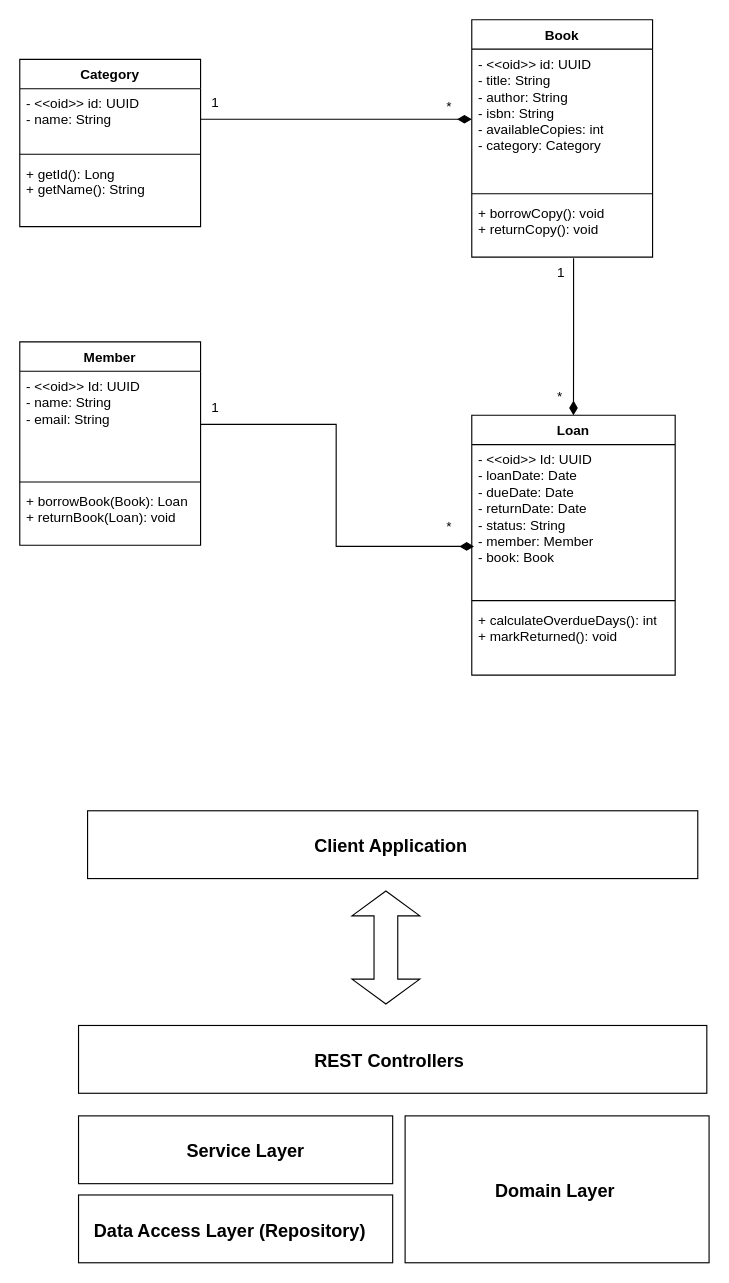
This is biblioteca-api/diagram.drawio from wagnereler/biblioteca-digital, a draw.io file, before an edit. Source tidied: cells renumbered, new cells numbered last; positions are measured from the earlier drawing's top-left corner, leaving out a move shared by most shapes. Both pictures are drawn from the tidied source at 113%, with x=0, y=0 at pixel (19, 19).
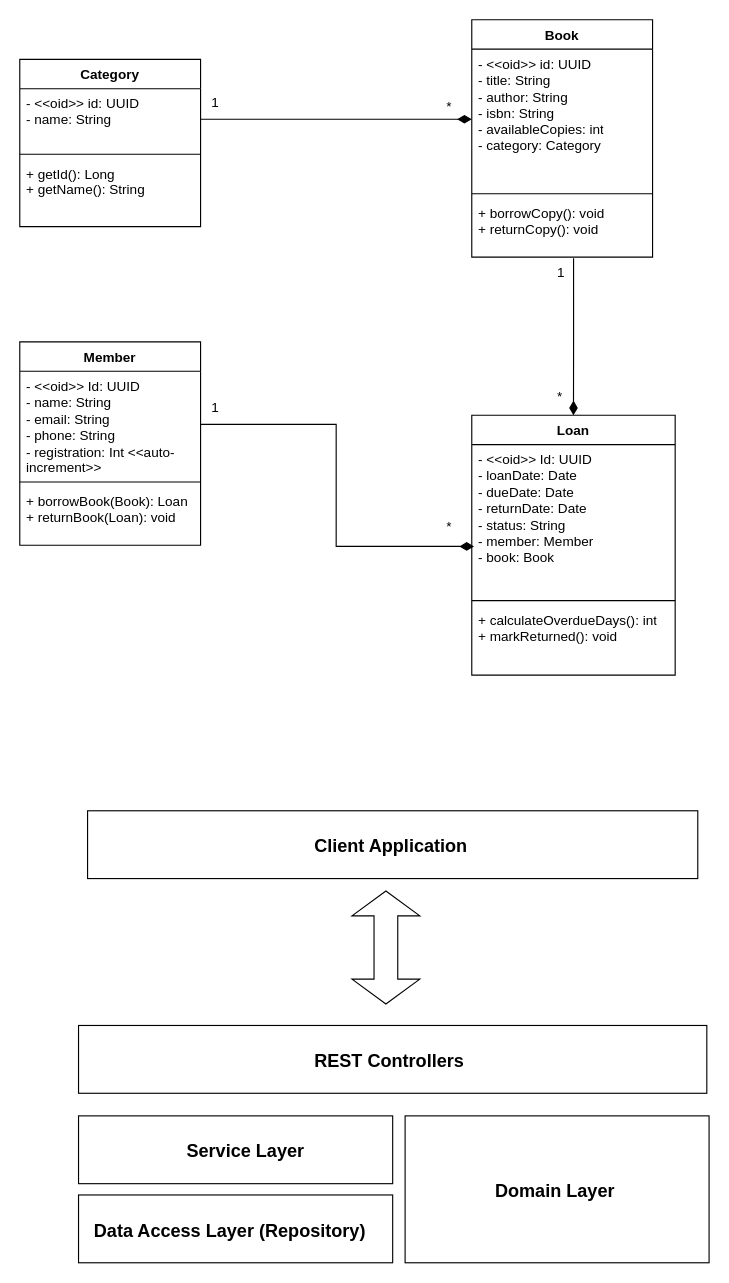
Above is the later version.

Unchanged cells that the change refers to:
```xml
<mxCell id="15" value="Member" style="swimlane;fontStyle=1;align=center;verticalAlign=top;horizontal=1;startSize=26;whiteSpace=wrap;html=1;" parent="1" vertex="1">
  <mxGeometry y="285" width="160" height="180" as="geometry" />
</mxCell>
```

The edit, as a diff of the source:
```diff
@@
-    <mxCell id="16" value="&lt;span style=&quot;text-align: center;&quot;&gt;-&amp;nbsp;&lt;/span&gt;&amp;lt;&amp;lt;oid&amp;gt;&amp;gt;&amp;nbsp;&lt;span style=&quot;text-align: center;&quot;&gt;Id:&amp;nbsp;&lt;/span&gt;UUID&lt;br style=&quot;text-align: center;&quot;&gt;&lt;span style=&quot;text-align: center;&quot;&gt;- name: String&lt;/span&gt;&lt;br style=&quot;text-align: center;&quot;&gt;&lt;span style=&quot;text-align: center;&quot;&gt;- email: String&lt;/span&gt;" style="text;strokeColor=none;fillColor=none;align=left;verticalAlign=top;spacingLeft=4;spacingRight=4;overflow=hidden;points=[[0,0.5],[1,0.5]];portConstraint=eastwest;whiteSpace=wrap;html=1;" parent="15" vertex="1">
+    <mxCell id="16" value="&lt;span style=&quot;text-align: center;&quot;&gt;-&amp;nbsp;&lt;/span&gt;&amp;lt;&amp;lt;oid&amp;gt;&amp;gt;&amp;nbsp;&lt;span style=&quot;text-align: center;&quot;&gt;Id:&amp;nbsp;&lt;/span&gt;UUID&lt;br style=&quot;text-align: center;&quot;&gt;&lt;span style=&quot;text-align: center;&quot;&gt;- name: String&lt;/span&gt;&lt;br style=&quot;text-align: center;&quot;&gt;&lt;span style=&quot;text-align: center;&quot;&gt;- email: String&lt;/span&gt;&lt;div&gt;&lt;span style=&quot;text-align: center;&quot;&gt;- phone: String&lt;/span&gt;&lt;/div&gt;&lt;div style=&quot;text-align: left;&quot;&gt;&lt;span style=&quot;text-align: center;&quot;&gt;-&amp;nbsp;&lt;/span&gt;&lt;span style=&quot;background-color: transparent;&quot;&gt;registration: Int&amp;nbsp;&lt;/span&gt;&lt;span style=&quot;background-color: transparent;&quot;&gt;&amp;lt;&amp;lt;auto-increment&amp;gt;&amp;gt;&lt;/span&gt;&lt;/div&gt;" style="text;strokeColor=none;fillColor=none;align=left;verticalAlign=top;spacingLeft=4;spacingRight=4;overflow=hidden;points=[[0,0.5],[1,0.5]];portConstraint=eastwest;whiteSpace=wrap;html=1;" parent="15" vertex="1">
       <mxGeometry y="26" width="160" height="94" as="geometry" />
     </mxCell>
```
